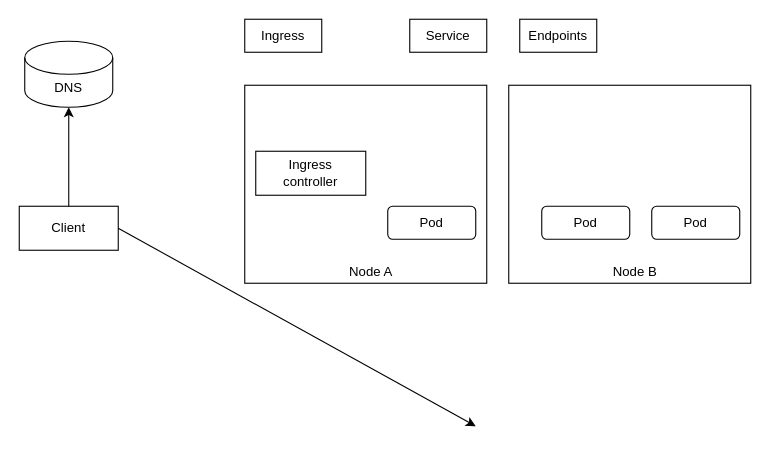
This is page "Ingress-Pod-Access" (2 of 2) of draw.io/Services.drawio from shailensukul/CKA, a draw.io file, before an edit. Source tidied: cells renumbered, new cells numbered last; positions are measured from the earlier drawing's top-left corner, leaving out a move shared by most shapes. Both pictures are drawn from the tidied source at 110%, with x=0, y=0 at pixel (19, 19).
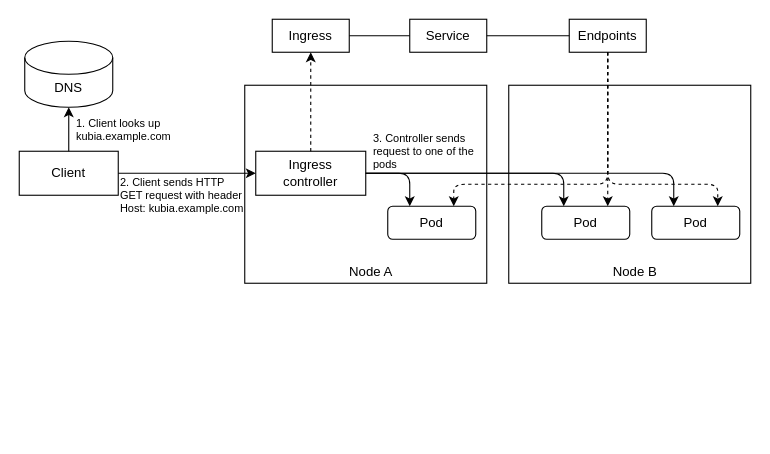
After the change.

Unchanged cells that the change refers to:
```xml
<mxCell id="5" value="Ingress&lt;br&gt;controller" style="rounded=0;whiteSpace=wrap;html=1;" parent="1" vertex="1">
  <mxGeometry x="215" y="120" width="100" height="40" as="geometry" />
</mxCell>
<mxCell id="6" value="Pod" style="rounded=1;whiteSpace=wrap;html=1;" parent="1" vertex="1">
  <mxGeometry x="335" y="170" width="80" height="30" as="geometry" />
</mxCell>
<mxCell id="9" value="Pod" style="rounded=1;whiteSpace=wrap;html=1;" parent="1" vertex="1">
  <mxGeometry x="575" y="170" width="80" height="30" as="geometry" />
</mxCell>
<mxCell id="11" value="Pod" style="rounded=1;whiteSpace=wrap;html=1;" parent="1" vertex="1">
  <mxGeometry x="475" y="170" width="80" height="30" as="geometry" />
</mxCell>
<mxCell id="13" value="Service" style="rounded=0;whiteSpace=wrap;html=1;" parent="1" vertex="1">
  <mxGeometry x="355" width="70" height="30" as="geometry" />
</mxCell>
```

Change to the diagram source:
```diff
@@
     <mxCell id="4" value="Client" style="rounded=0;whiteSpace=wrap;html=1;" parent="1" vertex="1">
-      <mxGeometry y="170" width="90" height="40" as="geometry" />
+      <mxGeometry y="120" width="90" height="40" as="geometry" />
     </mxCell>
@@
     <mxCell id="12" value="Ingress" style="rounded=0;whiteSpace=wrap;html=1;" parent="1" vertex="1">
-      <mxGeometry x="205" width="70" height="30" as="geometry" />
+      <mxGeometry x="230" width="70" height="30" as="geometry" />
     </mxCell>
@@
     <mxCell id="14" value="Endpoints" style="rounded=0;whiteSpace=wrap;html=1;" parent="1" vertex="1">
-      <mxGeometry x="455" width="70" height="30" as="geometry" />
+      <mxGeometry x="500" width="70" height="30" as="geometry" />
     </mxCell>
@@
-    <mxCell id="16" style="endArrow=classic;html=1;exitX=1;exitY=0.5;exitDx=0;exitDy=0;" parent="1" edge="1" source="4">
-      <mxGeometry relative="1" as="geometry">
-        <mxPoint x="415" y="370" as="targetPoint" />
-      </mxGeometry>
+    <mxCell id="16" style="endArrow=classic;html=1;exitX=1;exitY=0.5;exitDx=0;exitDy=0;entryX=0;entryY=0.5;entryDx=0;entryDy=0;" parent="1" edge="1" source="4" target="5">
+      <mxGeometry relative="1" as="geometry" />
     </mxCell>
+    <mxCell id="17" style="endArrow=classic;html=1;exitX=0.5;exitY=0;exitDx=0;exitDy=0;entryX=0.5;entryY=1;entryDx=0;entryDy=0;strokeColor=none;" parent="1" edge="1" source="5" target="12">
+      <mxGeometry relative="1" as="geometry" />
+    </mxCell>
+    <mxCell id="18" style="endArrow=classic;html=1;dashed=1;exitX=0.5;exitY=0;exitDx=0;exitDy=0;entryX=0.5;entryY=1;entryDx=0;entryDy=0;" parent="1" edge="1" source="5" target="12">
+      <mxGeometry relative="1" as="geometry" />
+    </mxCell>
+    <mxCell id="19" style="endArrow=none;html=1;exitX=1;exitY=0.5;exitDx=0;exitDy=0;entryX=0;entryY=0.5;entryDx=0;entryDy=0;" parent="1" edge="1" source="12" target="13">
+      <mxGeometry relative="1" as="geometry" />
+    </mxCell>
+    <mxCell id="20" style="endArrow=none;html=1;exitX=1;exitY=0.5;exitDx=0;exitDy=0;entryX=0;entryY=0.5;entryDx=0;entryDy=0;" parent="1" edge="1" source="13" target="14">
+      <mxGeometry relative="1" as="geometry" />
+    </mxCell>
+    <mxCell id="21" style="endArrow=classic;html=1;exitX=0.5;exitY=1;exitDx=0;exitDy=0;entryX=0.75;entryY=0;entryDx=0;entryDy=0;dashed=1;" parent="1" edge="1" source="14" target="11">
+      <mxGeometry relative="1" as="geometry" />
+    </mxCell>
+    <mxCell id="22" style="endArrow=classic;html=1;exitX=1;exitY=0.5;exitDx=0;exitDy=0;entryX=0.25;entryY=0;entryDx=0;entryDy=0;" parent="1" edge="1" source="5" target="9">
+      <mxGeometry relative="1" as="geometry">
+        <Array as="points">
+          <mxPoint x="595" y="140" />
+        </Array>
+      </mxGeometry>
+    </mxCell>
+    <mxCell id="23" style="endArrow=classic;html=1;exitX=1;exitY=0.5;exitDx=0;exitDy=0;" parent="1" edge="1" source="5">
+      <mxGeometry relative="1" as="geometry">
+        <mxPoint x="495" y="170" as="targetPoint" />
+        <Array as="points">
+          <mxPoint x="495" y="140" />
+        </Array>
+      </mxGeometry>
+    </mxCell>
+    <mxCell id="24" style="endArrow=classic;html=1;entryX=0.75;entryY=0;entryDx=0;entryDy=0;dashed=1;" parent="1" edge="1" target="6">
+      <mxGeometry relative="1" as="geometry">
+        <mxPoint x="535" y="30" as="sourcePoint" />
+        <Array as="points">
+          <mxPoint x="535" y="150" />
+          <mxPoint x="395" y="150" />
+        </Array>
+      </mxGeometry>
+    </mxCell>
+    <mxCell id="25" style="endArrow=classic;html=1;dashed=1;entryX=0.75;entryY=0;entryDx=0;entryDy=0;exitX=0.5;exitY=1;exitDx=0;exitDy=0;" parent="1" edge="1" source="14" target="9">
+      <mxGeometry relative="1" as="geometry">
+        <Array as="points">
+          <mxPoint x="535" y="150" />
+          <mxPoint x="635" y="150" />
+        </Array>
+      </mxGeometry>
+    </mxCell>
+    <mxCell id="26" style="endArrow=classic;html=1;entryX=0.25;entryY=0;entryDx=0;entryDy=0;exitX=1;exitY=0.5;exitDx=0;exitDy=0;" parent="1" edge="1" source="5" target="6">
+      <mxGeometry relative="1" as="geometry">
+        <Array as="points">
+          <mxPoint x="355" y="140" />
+        </Array>
+      </mxGeometry>
+    </mxCell>
+    <mxCell id="27" value="1. Client looks up kubia.example.com" style="text;html=1;strokeColor=none;fillColor=none;align=left;verticalAlign=middle;whiteSpace=wrap;rounded=0;fontSize=10;" parent="1" vertex="1">
+      <mxGeometry x="50" y="90" width="115" height="20" as="geometry" />
+    </mxCell>
+    <mxCell id="28" value="2. Client sends HTTP &lt;br&gt;GET request with header&lt;br style=&quot;font-size: 10px&quot;&gt;Host: kubia.example.com" style="text;html=1;strokeColor=none;fillColor=none;align=left;verticalAlign=middle;whiteSpace=wrap;rounded=0;fontSize=10;" parent="1" vertex="1">
+      <mxGeometry x="90" y="150" width="185" height="20" as="geometry" />
+    </mxCell>
+    <mxCell id="29" value="3. Controller sends request to one of the pods" style="text;html=1;strokeColor=none;fillColor=none;align=left;verticalAlign=middle;whiteSpace=wrap;rounded=0;fontSize=10;" parent="1" vertex="1">
+      <mxGeometry x="320" y="110" width="110" height="20" as="geometry" />
+    </mxCell>
```
